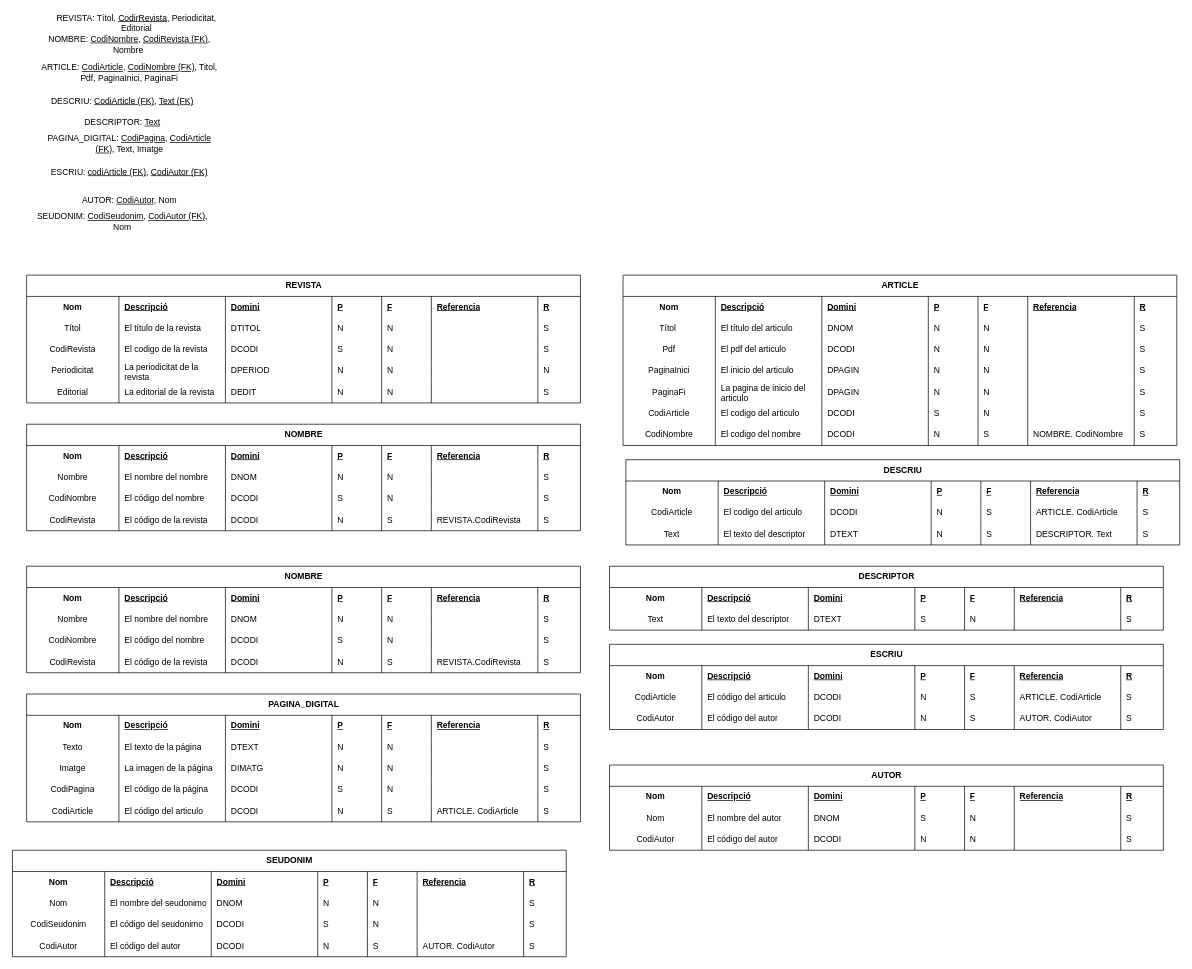
This is BASE DE DATOS/RA6_BLOC2_EX1.drawio from raulabad-DAW/PROGRAMACION-DAW, a draw.io file, before an edit. Source tidied: cells renumbered, new cells numbered last; positions are measured from the earlier drawing's top-left corner, leaving out a move shared by most shapes. Both pictures are drawn from the tidied source at 71%, with x=0, y=0 at pixel (12, 12).
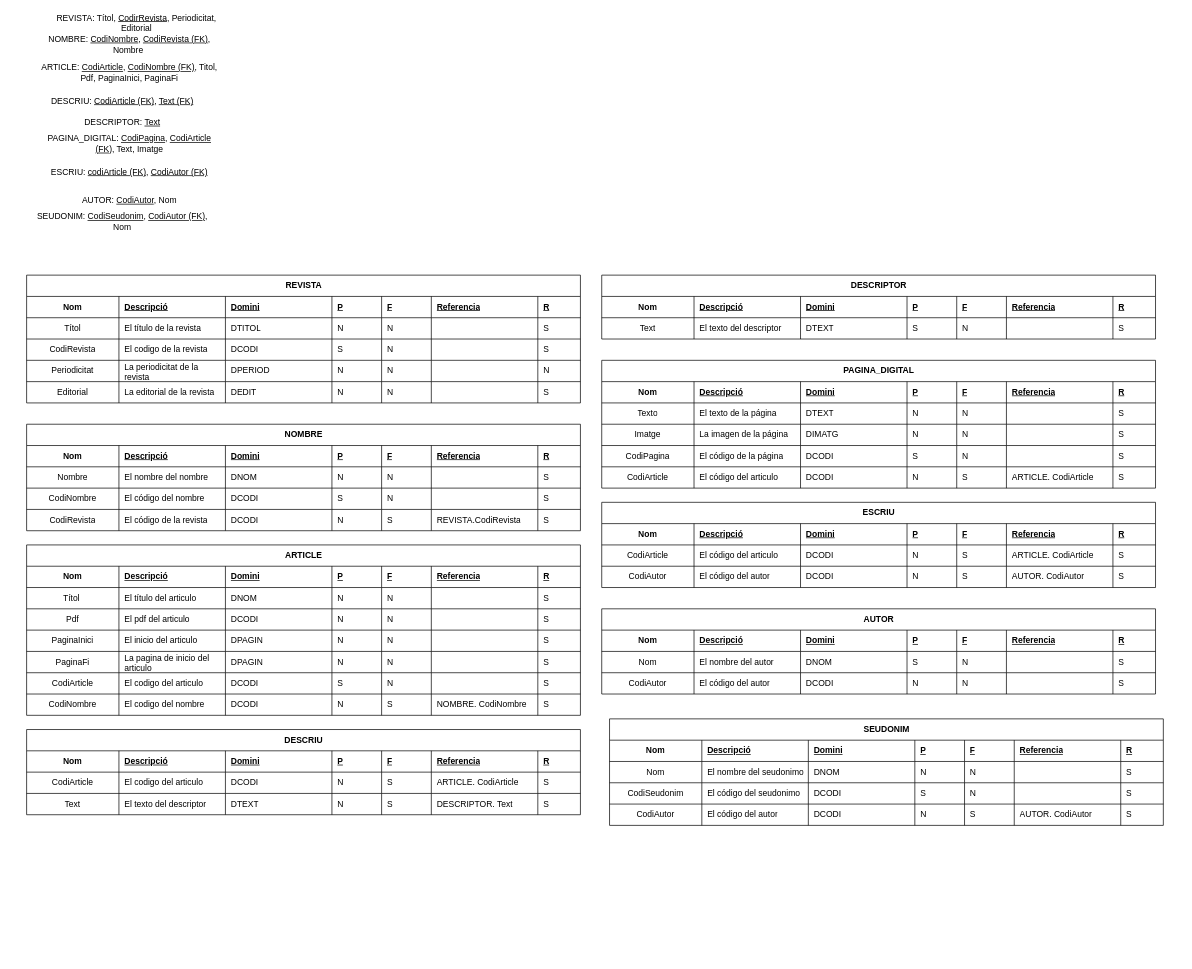
Above is the later version.

What changed in the source:
```diff
@@
-    <mxCell id="11" value="REVISTA" style="shape=table;startSize=30;childLayout=tableLayout;rowLines=0;fontStyle=1;align=center;html=1;evenRowColor=light-dark(#F5F5F5, #2A2A2A);evenColumnColor=none;" parent="1" vertex="1">
+    <mxCell id="11" value="REVISTA" style="shape=table;startSize=30;childLayout=tableLayout;rowLines=1;fontStyle=1;align=center;html=1;evenRowColor=light-dark(#F5F5F5, #2A2A2A);evenColumnColor=none;swimlaneLine=1;shadow=0;resizeLastRow=0;" parent="1" vertex="1">
       <mxGeometry x="20" y="370" width="780" height="180" as="geometry" />
     </mxCell>
@@
-    <mxCell id="52" value="NOMBRE" style="shape=table;startSize=30;childLayout=tableLayout;rowLines=0;fontStyle=1;align=center;html=1;evenRowColor=light-dark(#F5F5F5, #2A2A2A);evenColumnColor=none;" parent="1" vertex="1">
+    <mxCell id="52" value="NOMBRE" style="shape=table;startSize=30;childLayout=tableLayout;rowLines=1;fontStyle=1;align=center;html=1;evenRowColor=light-dark(#F5F5F5, #2A2A2A);evenColumnColor=none;" parent="1" vertex="1">
       <mxGeometry x="20" y="580" width="780" height="150" as="geometry" />
     </mxCell>
@@
-    <mxCell id="85" value="ARTICLE" style="shape=table;startSize=30;childLayout=tableLayout;rowLines=0;fontStyle=1;align=center;html=1;evenRowColor=light-dark(#F5F5F5, #2A2A2A);evenColumnColor=none;" parent="1" vertex="1">
-      <mxGeometry x="860" y="370" width="780" height="240" as="geometry" />
+    <mxCell id="85" value="ARTICLE" style="shape=table;startSize=30;childLayout=tableLayout;rowLines=1;fontStyle=1;align=center;html=1;evenRowColor=light-dark(#F5F5F5, #2A2A2A);evenColumnColor=none;" parent="1" vertex="1">
+      <mxGeometry x="20" y="750" width="780" height="240" as="geometry" />
     </mxCell>
@@
-    <mxCell id="142" value="DESCRIU" style="shape=table;startSize=30;childLayout=tableLayout;rowLines=0;fontStyle=1;align=center;html=1;evenRowColor=light-dark(#F5F5F5, #2A2A2A);evenColumnColor=none;" parent="1" vertex="1">
-      <mxGeometry x="864" y="630" width="780" height="120" as="geometry" />
+    <mxCell id="142" value="DESCRIU" style="shape=table;startSize=30;childLayout=tableLayout;rowLines=1;fontStyle=1;align=center;html=1;evenRowColor=light-dark(#F5F5F5, #2A2A2A);evenColumnColor=none;" parent="1" vertex="1">
+      <mxGeometry x="20" y="1010" width="780" height="120" as="geometry" />
     </mxCell>
@@
-    <mxCell id="167" value="NOMBRE" style="shape=table;startSize=30;childLayout=tableLayout;rowLines=0;fontStyle=1;align=center;html=1;evenRowColor=light-dark(#F5F5F5, #2A2A2A);evenColumnColor=none;" parent="1" vertex="1">
-      <mxGeometry x="20" y="780" width="780" height="150" as="geometry" />
-    </mxCell>
-    <mxCell id="168" style="shape=tableRow;horizontal=0;startSize=0;swimlaneHead=0;swimlaneBody=0;fillColor=none;top=0;left=0;bottom=0;right=0;" parent="167" vertex="1">
-      <mxGeometry y="30" width="780" height="30" as="geometry" />
-    </mxCell>
-    <mxCell id="169" value="Nom" style="shape=partialRectangle;fillColor=none;fontStyle=1;overflow=hidden;whiteSpace=wrap;html=1;top=0;left=0;bottom=0;right=0;" parent="168" vertex="1">
-      <mxGeometry width="130" height="30" as="geometry" />
-    </mxCell>
-    <mxCell id="170" value="Descripció&lt;span style=&quot;white-space: pre;&quot;&gt;&#9;&lt;/span&gt;" style="shape=partialRectangle;fillColor=none;align=left;spacingLeft=6;fontStyle=5;overflow=hidden;whiteSpace=wrap;html=1;top=0;left=0;bottom=0;right=0;" parent="168" vertex="1">
-      <mxGeometry x="130" width="150" height="30" as="geometry" />
-    </mxCell>
-    <mxCell id="171" value="Domini&lt;span style=&quot;white-space: pre;&quot;&gt;&#9;&lt;/span&gt;" style="shape=partialRectangle;fillColor=none;align=left;spacingLeft=6;fontStyle=5;overflow=hidden;whiteSpace=wrap;html=1;top=0;left=0;bottom=0;right=0;" parent="168" vertex="1">
-      <mxGeometry x="280" width="150" height="30" as="geometry" />
-    </mxCell>
-    <mxCell id="172" value="P" style="shape=partialRectangle;fillColor=none;align=left;spacingLeft=6;fontStyle=5;overflow=hidden;whiteSpace=wrap;html=1;top=0;left=0;bottom=0;right=0;" parent="168" vertex="1">
-      <mxGeometry x="430" width="70" height="30" as="geometry" />
-    </mxCell>
-    <mxCell id="173" value="F" style="shape=partialRectangle;fillColor=none;align=left;spacingLeft=6;fontStyle=5;overflow=hidden;whiteSpace=wrap;html=1;top=0;left=0;bottom=0;right=0;" parent="168" vertex="1">
-      <mxGeometry x="500" width="70" height="30" as="geometry" />
-    </mxCell>
-    <mxCell id="174" value="Referencia" style="shape=partialRectangle;fillColor=none;align=left;spacingLeft=6;fontStyle=5;overflow=hidden;whiteSpace=wrap;html=1;top=0;left=0;bottom=0;right=0;" parent="168" vertex="1">
-      <mxGeometry x="570" width="150" height="30" as="geometry" />
-    </mxCell>
-    <mxCell id="175" value="R" style="shape=partialRectangle;fillColor=none;align=left;spacingLeft=6;fontStyle=5;overflow=hidden;whiteSpace=wrap;html=1;top=0;left=0;bottom=0;right=0;" parent="168" vertex="1">
-      <mxGeometry x="720" width="60" height="30" as="geometry" />
-    </mxCell>
-    <mxCell id="176" style="shape=tableRow;horizontal=0;startSize=0;swimlaneHead=0;swimlaneBody=0;fillColor=none;top=0;left=0;bottom=0;right=0;" parent="167" vertex="1">
-      <mxGeometry y="60" width="780" height="30" as="geometry" />
-    </mxCell>
-    <mxCell id="177" value="Nombre" style="shape=partialRectangle;fillColor=none;overflow=hidden;whiteSpace=wrap;html=1;top=0;left=0;bottom=0;right=0;" parent="176" vertex="1">
-      <mxGeometry width="130" height="30" as="geometry" />
-    </mxCell>
-    <mxCell id="178" value="El nombre del nombre" style="shape=partialRectangle;fillColor=none;align=left;spacingLeft=6;overflow=hidden;whiteSpace=wrap;html=1;top=0;left=0;bottom=0;right=0;" parent="176" vertex="1">
-      <mxGeometry x="130" width="150" height="30" as="geometry" />
-    </mxCell>
-    <mxCell id="179" value="DNOM" style="shape=partialRectangle;fillColor=none;align=left;spacingLeft=6;overflow=hidden;whiteSpace=wrap;html=1;top=0;left=0;bottom=0;right=0;" parent="176" vertex="1">
-      <mxGeometry x="280" width="150" height="30" as="geometry" />
-    </mxCell>
-    <mxCell id="180" value="N" style="shape=partialRectangle;fillColor=none;align=left;spacingLeft=6;overflow=hidden;whiteSpace=wrap;html=1;top=0;left=0;bottom=0;right=0;" parent="176" vertex="1">
-      <mxGeometry x="430" width="70" height="30" as="geometry" />
-    </mxCell>
-    <mxCell id="181" value="N" style="shape=partialRectangle;fillColor=none;align=left;spacingLeft=6;overflow=hidden;whiteSpace=wrap;html=1;top=0;left=0;bottom=0;right=0;" parent="176" vertex="1">
-      <mxGeometry x="500" width="70" height="30" as="geometry" />
-    </mxCell>
-    <mxCell id="182" style="shape=partialRectangle;fillColor=none;align=left;spacingLeft=6;overflow=hidden;whiteSpace=wrap;html=1;top=0;left=0;bottom=0;right=0;" parent="176" vertex="1">
-      <mxGeometry x="570" width="150" height="30" as="geometry" />
-    </mxCell>
-    <mxCell id="183" value="S" style="shape=partialRectangle;fillColor=none;align=left;spacingLeft=6;overflow=hidden;whiteSpace=wrap;html=1;top=0;left=0;bottom=0;right=0;" parent="176" vertex="1">
-      <mxGeometry x="720" width="60" height="30" as="geometry" />
-    </mxCell>
-    <mxCell id="184" style="shape=tableRow;horizontal=0;startSize=0;swimlaneHead=0;swimlaneBody=0;fillColor=none;top=0;left=0;bottom=0;right=0;" parent="167" vertex="1">
-      <mxGeometry y="90" width="780" height="30" as="geometry" />
-    </mxCell>
-    <mxCell id="185" value="CodiNombre" style="shape=partialRectangle;fillColor=none;overflow=hidden;whiteSpace=wrap;html=1;top=0;left=0;bottom=0;right=0;" parent="184" vertex="1">
-      <mxGeometry width="130" height="30" as="geometry" />
-    </mxCell>
-    <mxCell id="186" value="El código del nombre" style="shape=partialRectangle;fillColor=none;align=left;spacingLeft=6;overflow=hidden;whiteSpace=wrap;html=1;top=0;left=0;bottom=0;right=0;" parent="184" vertex="1">
-      <mxGeometry x="130" width="150" height="30" as="geometry" />
-    </mxCell>
-    <mxCell id="187" value="DCODI" style="shape=partialRectangle;fillColor=none;align=left;spacingLeft=6;overflow=hidden;whiteSpace=wrap;html=1;top=0;left=0;bottom=0;right=0;" parent="184" vertex="1">
-      <mxGeometry x="280" width="150" height="30" as="geometry" />
-    </mxCell>
-    <mxCell id="188" value="S" style="shape=partialRectangle;fillColor=none;align=left;spacingLeft=6;overflow=hidden;whiteSpace=wrap;html=1;top=0;left=0;bottom=0;right=0;" parent="184" vertex="1">
-      <mxGeometry x="430" width="70" height="30" as="geometry" />
-    </mxCell>
-    <mxCell id="189" value="N" style="shape=partialRectangle;fillColor=none;align=left;spacingLeft=6;overflow=hidden;whiteSpace=wrap;html=1;top=0;left=0;bottom=0;right=0;" parent="184" vertex="1">
-      <mxGeometry x="500" width="70" height="30" as="geometry" />
-    </mxCell>
-    <mxCell id="190" style="shape=partialRectangle;fillColor=none;align=left;spacingLeft=6;overflow=hidden;whiteSpace=wrap;html=1;top=0;left=0;bottom=0;right=0;" parent="184" vertex="1">
-      <mxGeometry x="570" width="150" height="30" as="geometry" />
-    </mxCell>
-    <mxCell id="191" value="S" style="shape=partialRectangle;fillColor=none;align=left;spacingLeft=6;overflow=hidden;whiteSpace=wrap;html=1;top=0;left=0;bottom=0;right=0;" parent="184" vertex="1">
-      <mxGeometry x="720" width="60" height="30" as="geometry" />
-    </mxCell>
-    <mxCell id="192" style="shape=tableRow;horizontal=0;startSize=0;swimlaneHead=0;swimlaneBody=0;fillColor=none;top=0;left=0;bottom=0;right=0;" parent="167" vertex="1">
-      <mxGeometry y="120" width="780" height="30" as="geometry" />
-    </mxCell>
-    <mxCell id="193" value="CodiRevista" style="shape=partialRectangle;fillColor=none;overflow=hidden;whiteSpace=wrap;html=1;top=0;left=0;bottom=0;right=0;" parent="192" vertex="1">
-      <mxGeometry width="130" height="30" as="geometry" />
-    </mxCell>
-    <mxCell id="194" value="El código de la revista" style="shape=partialRectangle;fillColor=none;align=left;spacingLeft=6;overflow=hidden;whiteSpace=wrap;html=1;top=0;left=0;bottom=0;right=0;" parent="192" vertex="1">
-      <mxGeometry x="130" width="150" height="30" as="geometry" />
-    </mxCell>
-    <mxCell id="195" value="DCODI" style="shape=partialRectangle;fillColor=none;align=left;spacingLeft=6;overflow=hidden;whiteSpace=wrap;html=1;top=0;left=0;bottom=0;right=0;" parent="192" vertex="1">
-      <mxGeometry x="280" width="150" height="30" as="geometry" />
-    </mxCell>
-    <mxCell id="196" value="N" style="shape=partialRectangle;fillColor=none;align=left;spacingLeft=6;overflow=hidden;whiteSpace=wrap;html=1;top=0;left=0;bottom=0;right=0;" parent="192" vertex="1">
-      <mxGeometry x="430" width="70" height="30" as="geometry" />
-    </mxCell>
-    <mxCell id="197" value="S" style="shape=partialRectangle;fillColor=none;align=left;spacingLeft=6;overflow=hidden;whiteSpace=wrap;html=1;top=0;left=0;bottom=0;right=0;" parent="192" vertex="1">
-      <mxGeometry x="500" width="70" height="30" as="geometry" />
-    </mxCell>
-    <mxCell id="198" value="REVISTA.CodiRevista" style="shape=partialRectangle;fillColor=none;align=left;spacingLeft=6;overflow=hidden;whiteSpace=wrap;html=1;top=0;left=0;bottom=0;right=0;" parent="192" vertex="1">
-      <mxGeometry x="570" width="150" height="30" as="geometry" />
-    </mxCell>
-    <mxCell id="199" value="S" style="shape=partialRectangle;fillColor=none;align=left;spacingLeft=6;overflow=hidden;whiteSpace=wrap;html=1;top=0;left=0;bottom=0;right=0;" parent="192" vertex="1">
-      <mxGeometry x="720" width="60" height="30" as="geometry" />
-    </mxCell>
-    <mxCell id="200" value="DESCRIPTOR" style="shape=table;startSize=30;childLayout=tableLayout;rowLines=0;fontStyle=1;align=center;html=1;evenRowColor=light-dark(#F5F5F5, #2A2A2A);evenColumnColor=none;" parent="1" vertex="1">
-      <mxGeometry x="841" y="780" width="780" height="90" as="geometry" />
+    <mxCell id="200" value="DESCRIPTOR" style="shape=table;startSize=30;childLayout=tableLayout;rowLines=1;fontStyle=1;align=center;html=1;evenRowColor=light-dark(#F5F5F5, #2A2A2A);evenColumnColor=none;" parent="1" vertex="1">
+      <mxGeometry x="830" y="370" width="780" height="90" as="geometry" />
     </mxCell>
@@
-    <mxCell id="217" value="PAGINA_DIGITAL" style="shape=table;startSize=30;childLayout=tableLayout;rowLines=0;fontStyle=1;align=center;html=1;evenRowColor=light-dark(#F5F5F5, #2A2A2A);evenColumnColor=none;" parent="1" vertex="1">
-      <mxGeometry x="20" y="960" width="780" height="180" as="geometry" />
+    <mxCell id="217" value="PAGINA_DIGITAL" style="shape=table;startSize=30;childLayout=tableLayout;rowLines=1;fontStyle=1;align=center;html=1;evenRowColor=light-dark(#F5F5F5, #2A2A2A);evenColumnColor=none;" parent="1" vertex="1">
+      <mxGeometry x="830" y="490" width="780" height="180" as="geometry" />
     </mxCell>
@@
-    <mxCell id="258" value="ESCRIU" style="shape=table;startSize=30;childLayout=tableLayout;rowLines=0;fontStyle=1;align=center;html=1;evenRowColor=light-dark(#F5F5F5, #2A2A2A);evenColumnColor=none;" parent="1" vertex="1">
-      <mxGeometry x="841" y="890" width="780" height="120" as="geometry" />
+    <mxCell id="258" value="ESCRIU" style="shape=table;startSize=30;childLayout=tableLayout;rowLines=1;fontStyle=1;align=center;html=1;evenRowColor=light-dark(#F5F5F5, #2A2A2A);evenColumnColor=none;" parent="1" vertex="1">
+      <mxGeometry x="830" y="690" width="780" height="120" as="geometry" />
     </mxCell>
@@
-    <mxCell id="283" value="AUTOR" style="shape=table;startSize=30;childLayout=tableLayout;rowLines=0;fontStyle=1;align=center;html=1;evenRowColor=light-dark(#F5F5F5, #2A2A2A);evenColumnColor=none;" parent="1" vertex="1">
-      <mxGeometry x="841" y="1060" width="780" height="120" as="geometry" />
+    <mxCell id="283" value="AUTOR" style="shape=table;startSize=30;childLayout=tableLayout;rowLines=1;fontStyle=1;align=center;html=1;evenRowColor=light-dark(#F5F5F5, #2A2A2A);evenColumnColor=none;" parent="1" vertex="1">
+      <mxGeometry x="830" y="840" width="780" height="120" as="geometry" />
     </mxCell>
@@
-    <mxCell id="308" value="SEUDONIM" style="shape=table;startSize=30;childLayout=tableLayout;rowLines=0;fontStyle=1;align=center;html=1;evenRowColor=light-dark(#F5F5F5, #2A2A2A);evenColumnColor=none;" parent="1" vertex="1">
-      <mxGeometry y="1180" width="780" height="150" as="geometry" />
+    <mxCell id="308" value="SEUDONIM" style="shape=table;startSize=30;childLayout=tableLayout;rowLines=1;fontStyle=1;align=center;html=1;evenRowColor=light-dark(#F5F5F5, #2A2A2A);evenColumnColor=none;" parent="1" vertex="1">
+      <mxGeometry x="841" y="995" width="780" height="150" as="geometry" />
     </mxCell>
```
